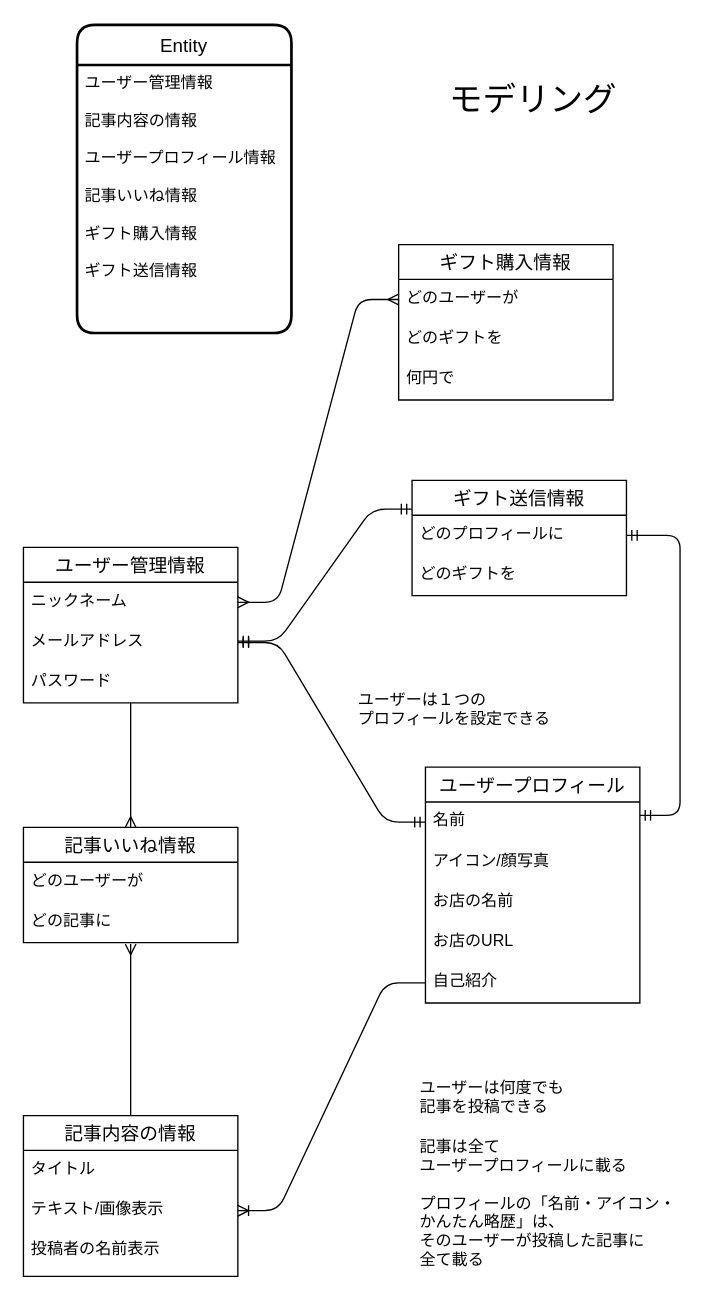
yait-ucess/YouMe keeps this draw.io diagram as youme_Modeling.dio. Above is the earlier version. Source tidied: cells renumbered, new cells numbered last; positions are measured from the earlier drawing's top-left corner, leaving out a move shared by most shapes. Both pictures are drawn from the tidied source at 134%, with x=0, y=0 at pixel (23, 24).
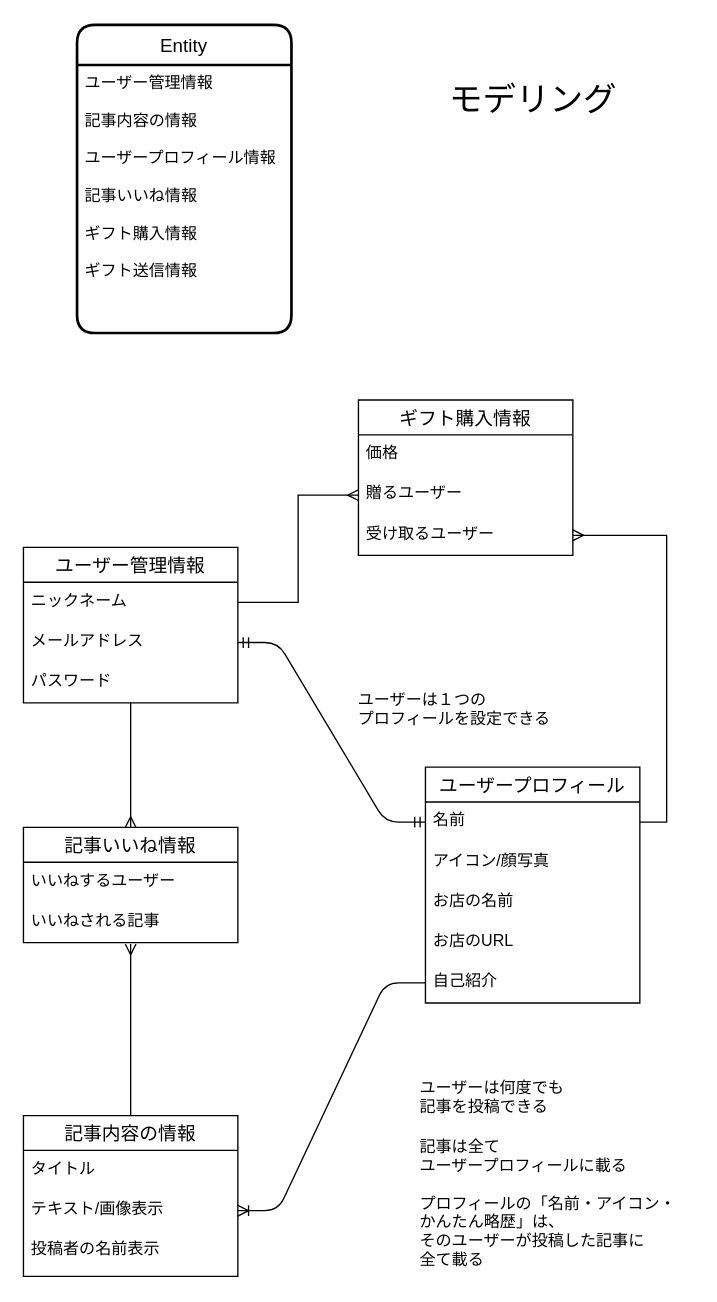
Above is the later version.

Unchanged cells that the change refers to:
```xml
<mxCell id="6" value="ニックネーム&#10;" style="text;strokeColor=none;fillColor=none;spacingLeft=4;spacingRight=4;overflow=hidden;points=[[0,0.5],[1,0.5]];portConstraint=eastwest;fontSize=12;" parent="5" vertex="1">
  <mxGeometry y="26" width="160" height="30" as="geometry" />
</mxCell>
<mxCell id="18" value="名前" style="text;strokeColor=none;fillColor=none;spacingLeft=4;spacingRight=4;overflow=hidden;points=[[0,0.5],[1,0.5]];portConstraint=eastwest;fontSize=12;" parent="17" vertex="1">
  <mxGeometry y="26" width="160" height="30" as="geometry" />
</mxCell>
<mxCell id="24" value="記事いいね情報" style="swimlane;fontStyle=0;horizontal=1;startSize=26;align=center;fontSize=14;" parent="1" vertex="1">
  <mxGeometry y="599" width="160" height="86" as="geometry" />
</mxCell>
```

What changed in the source:
```diff
@@
-    <mxCell id="25" value="どのユーザーが" style="text;strokeColor=none;fillColor=none;spacingLeft=4;spacingRight=4;overflow=hidden;fontSize=12;" parent="24" vertex="1">
+    <mxCell id="25" value="いいねするユーザー" style="text;strokeColor=none;fillColor=none;spacingLeft=4;spacingRight=4;overflow=hidden;fontSize=12;" parent="24" vertex="1">
       <mxGeometry y="26" width="160" height="30" as="geometry" />
     </mxCell>
-    <mxCell id="26" value="どの記事に" style="text;strokeColor=none;fillColor=none;spacingLeft=4;spacingRight=4;overflow=hidden;points=[[0,0.5],[1,0.5]];portConstraint=eastwest;fontSize=12;" parent="24" vertex="1">
+    <mxCell id="26" value="いいねされる記事" style="text;strokeColor=none;fillColor=none;spacingLeft=4;spacingRight=4;overflow=hidden;points=[[0,0.5],[1,0.5]];portConstraint=eastwest;fontSize=12;" parent="24" vertex="1">
       <mxGeometry y="56" width="160" height="30" as="geometry" />
     </mxCell>
@@
     <mxCell id="29" value="ギフト購入情報" style="swimlane;fontStyle=0;horizontal=1;startSize=26;align=center;fontSize=14;" parent="1" vertex="1">
-      <mxGeometry x="280" y="164" width="160" height="116" as="geometry" />
+      <mxGeometry x="250" y="280" width="160" height="116" as="geometry" />
     </mxCell>
-    <mxCell id="30" value="どのユーザーが" style="text;strokeColor=none;fillColor=none;spacingLeft=4;spacingRight=4;overflow=hidden;points=[[0,0.5],[1,0.5]];portConstraint=eastwest;fontSize=12;" parent="29" vertex="1">
-      <mxGeometry y="26" width="160" height="30" as="geometry" />
-    </mxCell>
-    <mxCell id="31" value="どのギフトを" style="text;strokeColor=none;fillColor=none;spacingLeft=4;spacingRight=4;overflow=hidden;fontSize=12;" parent="29" vertex="1">
-      <mxGeometry y="56" width="160" height="30" as="geometry" />
-    </mxCell>
-    <mxCell id="32" value="何円で" style="text;strokeColor=none;fillColor=none;spacingLeft=4;spacingRight=4;overflow=hidden;fontSize=12;" parent="29" vertex="1">
-      <mxGeometry y="86" width="160" height="30" as="geometry" />
+    <mxCell id="32" value="価格" style="text;strokeColor=none;fillColor=none;spacingLeft=4;spacingRight=4;overflow=hidden;fontSize=12;" parent="29" vertex="1">
+      <mxGeometry y="26" width="160" height="30" as="geometry" />
     </mxCell>
-    <mxCell id="33" value="ギフト送信情報" style="swimlane;fontStyle=0;horizontal=1;startSize=26;align=center;fontSize=14;" parent="1" vertex="1">
-      <mxGeometry x="290" y="340" width="160" height="86" as="geometry" />
-    </mxCell>
-    <mxCell id="34" value="どのプロフィールに" style="text;strokeColor=none;fillColor=none;spacingLeft=4;spacingRight=4;overflow=hidden;points=[[0,0.5],[1,0.5]];portConstraint=eastwest;fontSize=12;" parent="33" vertex="1">
-      <mxGeometry y="26" width="160" height="30" as="geometry" />
-    </mxCell>
-    <mxCell id="35" value="どのギフトを" style="text;strokeColor=none;fillColor=none;spacingLeft=4;spacingRight=4;overflow=hidden;fontSize=12;" parent="33" vertex="1">
-      <mxGeometry y="56" width="160" height="30" as="geometry" />
-    </mxCell>
-    <mxCell id="36" style="edgeStyle=entityRelationEdgeStyle;fontSize=12;html=1;endArrow=ERmany;startArrow=ERmany;exitX=1;exitY=0.5;exitDx=0;exitDy=0;entryX=0;entryY=0.5;entryDx=0;entryDy=0;" parent="1" edge="1" source="6" target="30">
-      <mxGeometry relative="1" as="geometry" />
-    </mxCell>
-    <mxCell id="37" style="edgeStyle=entityRelationEdgeStyle;fontSize=12;html=1;endArrow=ERmandOne;startArrow=ERmandOne;entryX=1;entryY=0.5;entryDx=0;entryDy=0;" parent="1" edge="1" target="34">
-      <mxGeometry relative="1" as="geometry">
-        <mxPoint x="460" y="590" as="sourcePoint" />
-      </mxGeometry>
-    </mxCell>
+    <mxCell id="39" value="贈るユーザー" style="text;strokeColor=none;fillColor=none;spacingLeft=4;spacingRight=4;overflow=hidden;points=[[0,0.5],[1,0.5]];portConstraint=eastwest;fontSize=12;" parent="29" vertex="1">
+      <mxGeometry y="56" width="160" height="30" as="geometry" />
+    </mxCell>
+    <mxCell id="40" value="受け取るユーザー" style="text;strokeColor=none;fillColor=none;spacingLeft=4;spacingRight=4;overflow=hidden;points=[[0,0.5],[1,0.5]];portConstraint=eastwest;fontSize=12;" parent="29" vertex="1">
+      <mxGeometry y="86" width="160" height="30" as="geometry" />
+    </mxCell>
-    <mxCell id="38" style="edgeStyle=entityRelationEdgeStyle;fontSize=12;html=1;endArrow=ERmandOne;startArrow=ERmandOne;entryX=0;entryY=0.25;entryDx=0;entryDy=0;" parent="1" edge="1" target="33">
-      <mxGeometry relative="1" as="geometry">
-        <mxPoint x="160" y="460" as="sourcePoint" />
-      </mxGeometry>
+    <mxCell id="38" style="edgeStyle=orthogonalEdgeStyle;rounded=0;jettySize=auto;html=1;exitX=1;exitY=0.5;exitDx=0;exitDy=0;entryX=0;entryY=0.5;entryDx=0;entryDy=0;endArrow=ERmany;endFill=0;" parent="1" edge="1" source="6" target="39">
+      <mxGeometry relative="1" as="geometry" />
     </mxCell>
+    <mxCell id="41" style="edgeStyle=orthogonalEdgeStyle;rounded=0;jettySize=auto;html=1;exitX=1;exitY=0.5;exitDx=0;exitDy=0;entryX=1;entryY=0.5;entryDx=0;entryDy=0;endArrow=ERmany;endFill=0;" parent="1" edge="1" source="18" target="40">
+      <mxGeometry relative="1" as="geometry" />
+    </mxCell>
```
